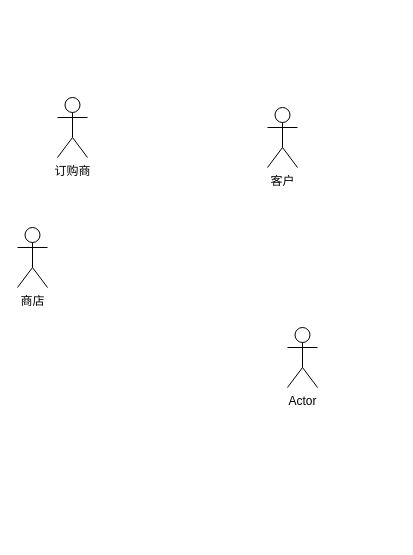
Earlier version of the draw.io diagram 软工3.2.drawio (markzhang12345/drawio). Source tidied: cells renumbered, new cells numbered last; positions are measured from the earlier drawing's top-left corner, leaving out a move shared by most shapes. Both pictures are drawn from the tidied source at 100%, with x=0, y=0 at pixel (17, 97).
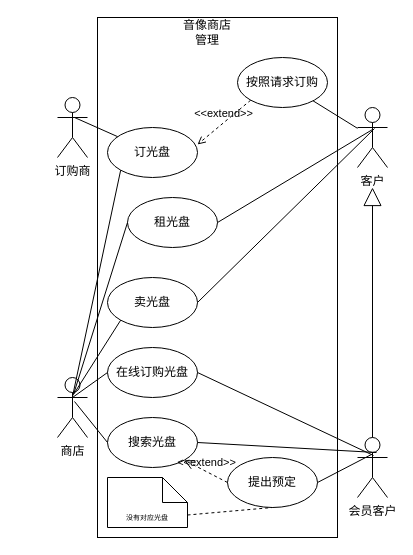
After the change.

Unchanged cells that the change refers to:
```xml
<mxCell id="2" value="订购商" style="shape=umlActor;verticalLabelPosition=bottom;verticalAlign=top;html=1;" parent="1" vertex="1">
  <mxGeometry x="40" width="30" height="60" as="geometry" />
</mxCell>
```

What changed in the source:
```diff
@@
     <mxCell id="3" value="商店" style="shape=umlActor;verticalLabelPosition=bottom;verticalAlign=top;html=1;" parent="1" vertex="1">
-      <mxGeometry y="130" width="30" height="60" as="geometry" />
+      <mxGeometry x="40" y="280" width="30" height="60" as="geometry" />
     </mxCell>
     <mxCell id="4" value="客户" style="shape=umlActor;verticalLabelPosition=bottom;verticalAlign=top;html=1;" parent="1" vertex="1">
-      <mxGeometry x="250" y="10" width="30" height="60" as="geometry" />
+      <mxGeometry x="340" y="10" width="30" height="60" as="geometry" />
     </mxCell>
-    <mxCell id="5" value="Actor" style="shape=umlActor;verticalLabelPosition=bottom;verticalAlign=top;html=1;" parent="1" vertex="1">
-      <mxGeometry x="270" y="230" width="30" height="60" as="geometry" />
+    <mxCell id="5" value="会员客户" style="shape=umlActor;verticalLabelPosition=bottom;verticalAlign=top;html=1;" parent="1" vertex="1">
+      <mxGeometry x="340" y="340" width="30" height="60" as="geometry" />
     </mxCell>
+    <mxCell id="6" style="rounded=0;whiteSpace=wrap;html=1;fillColor=none;" parent="1" vertex="1">
+      <mxGeometry x="80" y="-80" width="240" height="520" as="geometry" />
+    </mxCell>
+    <mxCell id="7" value="音像商店管理" style="text;html=1;align=center;verticalAlign=middle;whiteSpace=wrap;rounded=0;" parent="1" vertex="1">
+      <mxGeometry x="160" y="-80" width="60" height="30" as="geometry" />
+    </mxCell>
+    <mxCell id="8" value="按照请求订购" style="ellipse;whiteSpace=wrap;html=1;" parent="1" vertex="1">
+      <mxGeometry x="220" y="-40" width="90" height="50" as="geometry" />
+    </mxCell>
+    <mxCell id="9" value="订光盘" style="ellipse;whiteSpace=wrap;html=1;" parent="1" vertex="1">
+      <mxGeometry x="90" y="30" width="90" height="50" as="geometry" />
+    </mxCell>
+    <mxCell id="10" value="租光盘" style="ellipse;whiteSpace=wrap;html=1;" parent="1" vertex="1">
+      <mxGeometry x="110" y="100" width="90" height="50" as="geometry" />
+    </mxCell>
+    <mxCell id="11" value="卖光盘" style="ellipse;whiteSpace=wrap;html=1;" parent="1" vertex="1">
+      <mxGeometry x="90" y="180" width="90" height="50" as="geometry" />
+    </mxCell>
+    <mxCell id="12" value="在线订购光盘" style="ellipse;whiteSpace=wrap;html=1;" parent="1" vertex="1">
+      <mxGeometry x="90" y="250" width="90" height="50" as="geometry" />
+    </mxCell>
+    <mxCell id="13" value="搜索光盘" style="ellipse;whiteSpace=wrap;html=1;" parent="1" vertex="1">
+      <mxGeometry x="90" y="320" width="90" height="50" as="geometry" />
+    </mxCell>
+    <mxCell id="14" value="提出预定" style="ellipse;whiteSpace=wrap;html=1;" parent="1" vertex="1">
+      <mxGeometry x="210" y="360" width="90" height="50" as="geometry" />
+    </mxCell>
+    <mxCell id="15" style="endArrow=none;html=1;rounded=0;" parent="1" edge="1" source="8" target="4">
+      <mxGeometry relative="1" as="geometry" />
+    </mxCell>
+    <mxCell id="16" style="endArrow=none;html=1;rounded=0;exitX=0.567;exitY=0.333;exitDx=0;exitDy=0;exitPerimeter=0;" parent="1" edge="1" source="2" target="9">
+      <mxGeometry relative="1" as="geometry" />
+    </mxCell>
+    <mxCell id="17" style="endArrow=none;html=1;rounded=0;exitX=0.5;exitY=0.317;exitDx=0;exitDy=0;exitPerimeter=0;entryX=0;entryY=1;entryDx=0;entryDy=0;" parent="1" edge="1" source="3" target="9">
+      <mxGeometry relative="1" as="geometry" />
+    </mxCell>
+    <mxCell id="18" style="endArrow=none;html=1;rounded=0;exitX=0.533;exitY=0.283;exitDx=0;exitDy=0;exitPerimeter=0;entryX=0;entryY=0.5;entryDx=0;entryDy=0;" parent="1" edge="1" source="3" target="10">
+      <mxGeometry relative="1" as="geometry" />
+    </mxCell>
+    <mxCell id="19" style="endArrow=none;html=1;rounded=0;exitX=0.533;exitY=0.283;exitDx=0;exitDy=0;exitPerimeter=0;entryX=0;entryY=1;entryDx=0;entryDy=0;" parent="1" edge="1" source="3" target="11">
+      <mxGeometry relative="1" as="geometry" />
+    </mxCell>
+    <mxCell id="20" style="endArrow=none;html=1;rounded=0;entryX=0;entryY=0.5;entryDx=0;entryDy=0;" parent="1" edge="1" target="12">
+      <mxGeometry relative="1" as="geometry">
+        <mxPoint x="55" y="300" as="sourcePoint" />
+      </mxGeometry>
+    </mxCell>
+    <mxCell id="21" style="endArrow=none;html=1;rounded=0;exitX=0.567;exitY=0.4;exitDx=0;exitDy=0;exitPerimeter=0;entryX=0;entryY=0.5;entryDx=0;entryDy=0;" parent="1" edge="1" source="3" target="13">
+      <mxGeometry relative="1" as="geometry" />
+    </mxCell>
+    <mxCell id="22" style="endArrow=none;html=1;rounded=0;entryX=0.5;entryY=0.367;entryDx=0;entryDy=0;entryPerimeter=0;exitX=1;exitY=0.5;exitDx=0;exitDy=0;" parent="1" edge="1" source="10" target="4">
+      <mxGeometry relative="1" as="geometry" />
+    </mxCell>
+    <mxCell id="23" style="endArrow=none;html=1;rounded=0;entryX=0.567;entryY=0.35;entryDx=0;entryDy=0;entryPerimeter=0;exitX=1;exitY=0.5;exitDx=0;exitDy=0;" parent="1" edge="1" source="11" target="4">
+      <mxGeometry relative="1" as="geometry" />
+    </mxCell>
+    <mxCell id="24" style="endArrow=none;html=1;rounded=0;exitX=1;exitY=0.5;exitDx=0;exitDy=0;entryX=0.533;entryY=0.3;entryDx=0;entryDy=0;entryPerimeter=0;" parent="1" edge="1" source="12" target="5">
+      <mxGeometry relative="1" as="geometry" />
+    </mxCell>
+    <mxCell id="25" style="endArrow=none;html=1;rounded=0;exitX=1;exitY=0.5;exitDx=0;exitDy=0;entryX=0.633;entryY=0.25;entryDx=0;entryDy=0;entryPerimeter=0;" parent="1" edge="1" source="13" target="5">
+      <mxGeometry relative="1" as="geometry" />
+    </mxCell>
+    <mxCell id="26" style="endArrow=none;html=1;rounded=0;exitX=1;exitY=0.5;exitDx=0;exitDy=0;entryX=0.467;entryY=0.283;entryDx=0;entryDy=0;entryPerimeter=0;" parent="1" edge="1" source="14" target="5">
+      <mxGeometry relative="1" as="geometry" />
+    </mxCell>
+    <mxCell id="27" style="endArrow=block;endSize=16;endFill=0;html=1;rounded=0;exitX=0.5;exitY=0;exitDx=0;exitDy=0;exitPerimeter=0;" parent="1" edge="1" source="5">
+      <mxGeometry relative="1" as="geometry">
+        <mxPoint x="355" y="90" as="targetPoint" />
+      </mxGeometry>
+    </mxCell>
+    <mxCell id="28" value="&amp;lt;&amp;lt;extend&amp;gt;&amp;gt;" style="endArrow=open;html=1;rounded=0;align=center;verticalAlign=bottom;dashed=1;endFill=0;labelBackgroundColor=none;exitX=0;exitY=1;exitDx=0;exitDy=0;entryX=1;entryY=0.34;entryDx=0;entryDy=0;entryPerimeter=0;" parent="1" edge="1" source="8" target="9">
+      <mxGeometry relative="1" as="geometry" />
+    </mxCell>
+    <mxCell id="29" value="&amp;lt;&amp;lt;extend&amp;gt;&amp;gt;" style="endArrow=open;startArrow=none;endFill=0;startFill=0;endSize=8;html=1;verticalAlign=bottom;dashed=1;labelBackgroundColor=none;rounded=0;exitX=0;exitY=0.5;exitDx=0;exitDy=0;entryX=1;entryY=1;entryDx=0;entryDy=0;" parent="1" edge="1" source="14" target="13">
+      <mxGeometry relative="1" as="geometry" />
+    </mxCell>
+    <mxCell id="30" value="&lt;font style=&quot;font-size: 7px;&quot;&gt;没有对应光盘&lt;/font&gt;" style="shape=note2;boundedLbl=1;whiteSpace=wrap;html=1;size=25;verticalAlign=top;align=center;" parent="1" vertex="1">
+      <mxGeometry x="90" y="380" width="80" height="50" as="geometry" />
+    </mxCell>
+    <mxCell id="31" style="endArrow=none;dashed=1;html=1;rounded=0;entryX=0.5;entryY=1;entryDx=0;entryDy=0;exitX=0;exitY=0;exitDx=80;exitDy=37.5;exitPerimeter=0;" parent="1" edge="1" source="30" target="14">
+      <mxGeometry relative="1" as="geometry" />
+    </mxCell>
```
